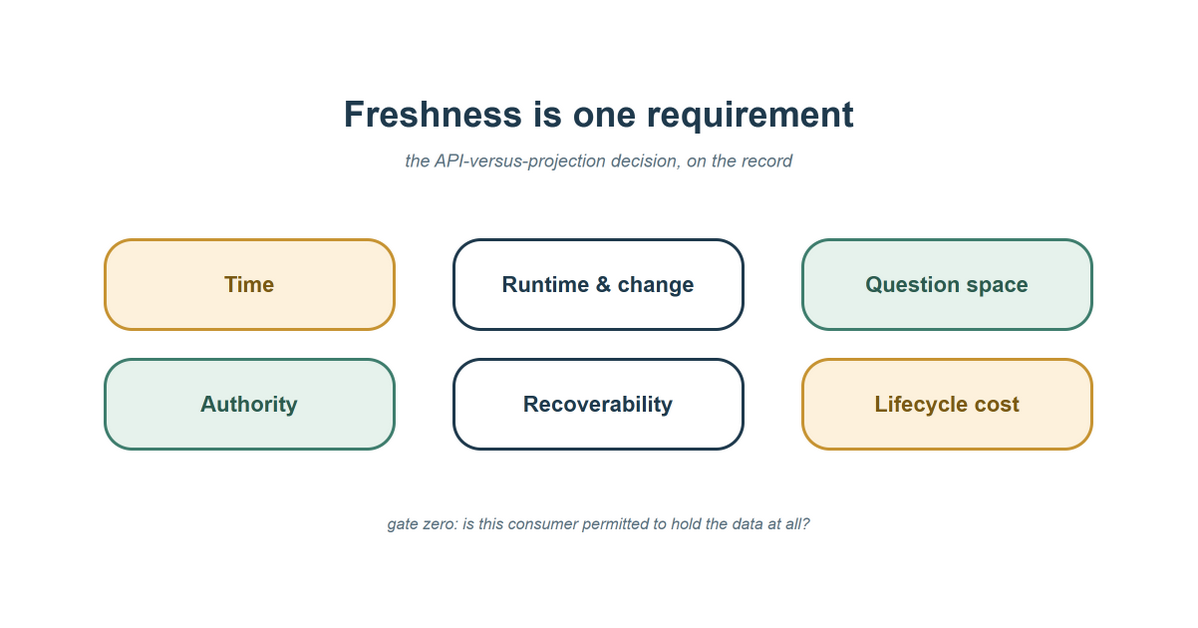
AlexeyEvlampiev/alexeyevlampiev.github.io keeps this draw.io diagram as content/posts/freshness-isnt-the-only-axis/social-card.drawio.png. Above is the earlier version. Source tidied: cells renumbered, new cells last; positions are measured from the earlier drawing's top-left corner, leaving out a move shared by most shapes.
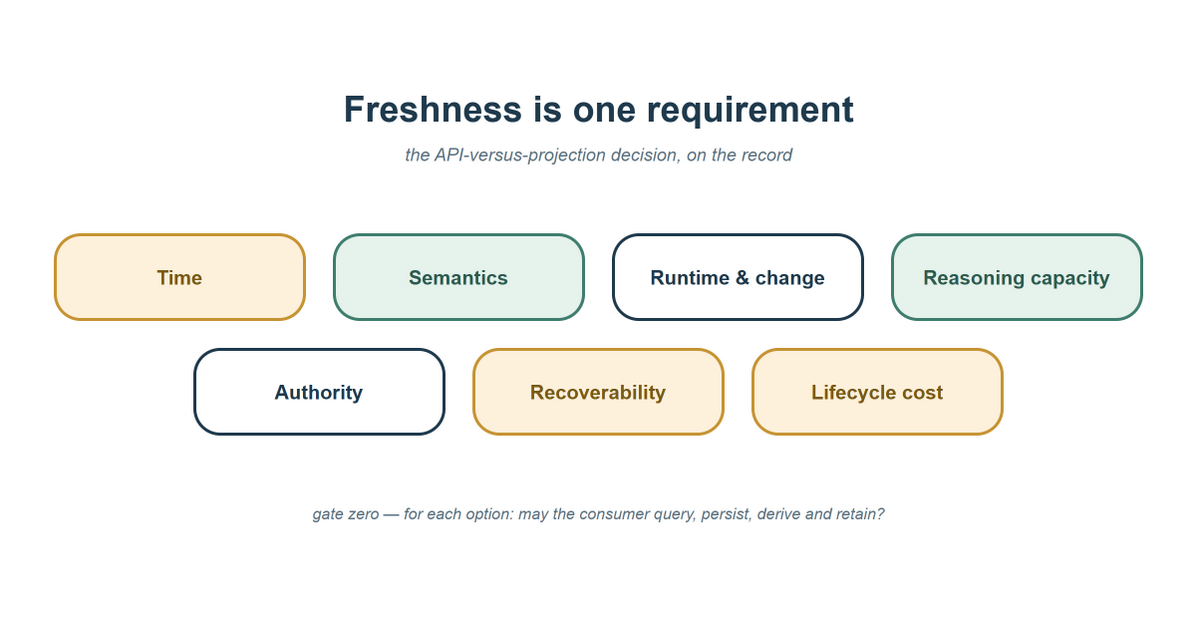
Above is the later version.

Change to the diagram source:
```diff
@@ -6,31 +6,34 @@
       <mxGeometry width="1200" height="628" as="geometry" />
     </mxCell>
     <mxCell id="3" value="Freshness is one requirement" style="text;html=1;fontSize=36;fontStyle=1;fontColor=#1f3a4d;align=center;verticalAlign=middle;" parent="1" vertex="1">
-      <mxGeometry x="100" y="90" width="1000" height="48" as="geometry" />
+      <mxGeometry x="100" y="85" width="1000" height="48" as="geometry" />
     </mxCell>
     <mxCell id="4" value="the API-versus-projection decision, on the record" style="text;html=1;fontSize=18;fontStyle=2;fontColor=#5b7282;align=center;verticalAlign=middle;" parent="1" vertex="1">
-      <mxGeometry x="100" y="146" width="1000" height="30" as="geometry" />
+      <mxGeometry x="100" y="140" width="1000" height="30" as="geometry" />
     </mxCell>
-    <mxCell id="5" value="&lt;font style=&quot;font-size:22px&quot;&gt;&lt;b&gt;Time&lt;/b&gt;&lt;/font&gt;" style="rounded=1;whiteSpace=wrap;html=1;fillColor=#fdf1dc;strokeColor=#c79433;strokeWidth=3;fontColor=#7a5a14;arcSize=30;" parent="1" vertex="1">
-      <mxGeometry x="105" y="240" width="290" height="90" as="geometry" />
+    <mxCell id="5" value="&lt;font style=&quot;font-size:20px&quot;&gt;&lt;b&gt;Time&lt;/b&gt;&lt;/font&gt;" style="rounded=1;whiteSpace=wrap;html=1;fillColor=#fdf1dc;strokeColor=#c79433;strokeWidth=3;fontColor=#7a5a14;arcSize=30;" parent="1" vertex="1">
+      <mxGeometry x="55" y="235" width="250" height="85" as="geometry" />
     </mxCell>
-    <mxCell id="6" value="&lt;font style=&quot;font-size:22px&quot;&gt;&lt;b&gt;Runtime &amp;amp; change&lt;/b&gt;&lt;/font&gt;" style="rounded=1;whiteSpace=wrap;html=1;fillColor=#ffffff;strokeColor=#1f3a4d;strokeWidth=3;fontColor=#1f3a4d;arcSize=30;" parent="1" vertex="1">
-      <mxGeometry x="455" y="240" width="290" height="90" as="geometry" />
+    <mxCell id="6" value="&lt;font style=&quot;font-size:20px&quot;&gt;&lt;b&gt;Semantics&lt;/b&gt;&lt;/font&gt;" style="rounded=1;whiteSpace=wrap;html=1;fillColor=#e6f2ec;strokeColor=#3f7e6e;strokeWidth=3;fontColor=#2c5c50;arcSize=30;" parent="1" vertex="1">
+      <mxGeometry x="335" y="235" width="250" height="85" as="geometry" />
     </mxCell>
-    <mxCell id="7" value="&lt;font style=&quot;font-size:22px&quot;&gt;&lt;b&gt;Question space&lt;/b&gt;&lt;/font&gt;" style="rounded=1;whiteSpace=wrap;html=1;fillColor=#e6f2ec;strokeColor=#3f7e6e;strokeWidth=3;fontColor=#2c5c50;arcSize=30;" parent="1" vertex="1">
-      <mxGeometry x="805" y="240" width="290" height="90" as="geometry" />
+    <mxCell id="7" value="&lt;font style=&quot;font-size:20px&quot;&gt;&lt;b&gt;Runtime &amp;amp; change&lt;/b&gt;&lt;/font&gt;" style="rounded=1;whiteSpace=wrap;html=1;fillColor=#ffffff;strokeColor=#1f3a4d;strokeWidth=3;fontColor=#1f3a4d;arcSize=30;" parent="1" vertex="1">
+      <mxGeometry x="615" y="235" width="250" height="85" as="geometry" />
     </mxCell>
-    <mxCell id="8" value="&lt;font style=&quot;font-size:22px&quot;&gt;&lt;b&gt;Authority&lt;/b&gt;&lt;/font&gt;" style="rounded=1;whiteSpace=wrap;html=1;fillColor=#e6f2ec;strokeColor=#3f7e6e;strokeWidth=3;fontColor=#2c5c50;arcSize=30;" parent="1" vertex="1">
-      <mxGeometry x="105" y="360" width="290" height="90" as="geometry" />
+    <mxCell id="8" value="&lt;font style=&quot;font-size:20px&quot;&gt;&lt;b&gt;Reasoning capacity&lt;/b&gt;&lt;/font&gt;" style="rounded=1;whiteSpace=wrap;html=1;fillColor=#e6f2ec;strokeColor=#3f7e6e;strokeWidth=3;fontColor=#2c5c50;arcSize=30;" parent="1" vertex="1">
+      <mxGeometry x="895" y="235" width="250" height="85" as="geometry" />
     </mxCell>
-    <mxCell id="9" value="&lt;font style=&quot;font-size:22px&quot;&gt;&lt;b&gt;Recoverability&lt;/b&gt;&lt;/font&gt;" style="rounded=1;whiteSpace=wrap;html=1;fillColor=#ffffff;strokeColor=#1f3a4d;strokeWidth=3;fontColor=#1f3a4d;arcSize=30;" parent="1" vertex="1">
-      <mxGeometry x="455" y="360" width="290" height="90" as="geometry" />
+    <mxCell id="9" value="&lt;font style=&quot;font-size:20px&quot;&gt;&lt;b&gt;Authority&lt;/b&gt;&lt;/font&gt;" style="rounded=1;whiteSpace=wrap;html=1;fillColor=#ffffff;strokeColor=#1f3a4d;strokeWidth=3;fontColor=#1f3a4d;arcSize=30;" parent="1" vertex="1">
+      <mxGeometry x="195" y="350" width="250" height="85" as="geometry" />
     </mxCell>
-    <mxCell id="10" value="&lt;font style=&quot;font-size:22px&quot;&gt;&lt;b&gt;Lifecycle cost&lt;/b&gt;&lt;/font&gt;" style="rounded=1;whiteSpace=wrap;html=1;fillColor=#fdf1dc;strokeColor=#c79433;strokeWidth=3;fontColor=#7a5a14;arcSize=30;" parent="1" vertex="1">
-      <mxGeometry x="805" y="360" width="290" height="90" as="geometry" />
+    <mxCell id="10" value="&lt;font style=&quot;font-size:20px&quot;&gt;&lt;b&gt;Recoverability&lt;/b&gt;&lt;/font&gt;" style="rounded=1;whiteSpace=wrap;html=1;fillColor=#fdf1dc;strokeColor=#c79433;strokeWidth=3;fontColor=#7a5a14;arcSize=30;" parent="1" vertex="1">
+      <mxGeometry x="475" y="350" width="250" height="85" as="geometry" />
     </mxCell>
+    <mxCell id="12" value="&lt;font style=&quot;font-size:20px&quot;&gt;&lt;b&gt;Lifecycle cost&lt;/b&gt;&lt;/font&gt;" style="rounded=1;whiteSpace=wrap;html=1;fillColor=#fdf1dc;strokeColor=#c79433;strokeWidth=3;fontColor=#7a5a14;arcSize=30;" parent="1" vertex="1">
+      <mxGeometry x="755" y="350" width="250" height="85" as="geometry" />
+    </mxCell>
-    <mxCell id="11" value="&lt;font style=&quot;font-size:16px&quot;&gt;&lt;i&gt;gate zero: is this consumer permitted to hold the data at all?&lt;/i&gt;&lt;/font&gt;" style="text;html=1;fontColor=#5b7282;align=center;verticalAlign=middle;" parent="1" vertex="1">
-      <mxGeometry x="100" y="510" width="1000" height="30" as="geometry" />
+    <mxCell id="11" value="&lt;font style=&quot;font-size:16px&quot;&gt;&lt;i&gt;gate zero &amp;#8212; for each option: may the consumer query, persist, derive and retain?&lt;/i&gt;&lt;/font&gt;" style="text;html=1;fontColor=#5b7282;align=center;verticalAlign=middle;" parent="1" vertex="1">
+      <mxGeometry x="100" y="500" width="1000" height="30" as="geometry" />
     </mxCell>
   </root>
 </mxGraphModel>
```
